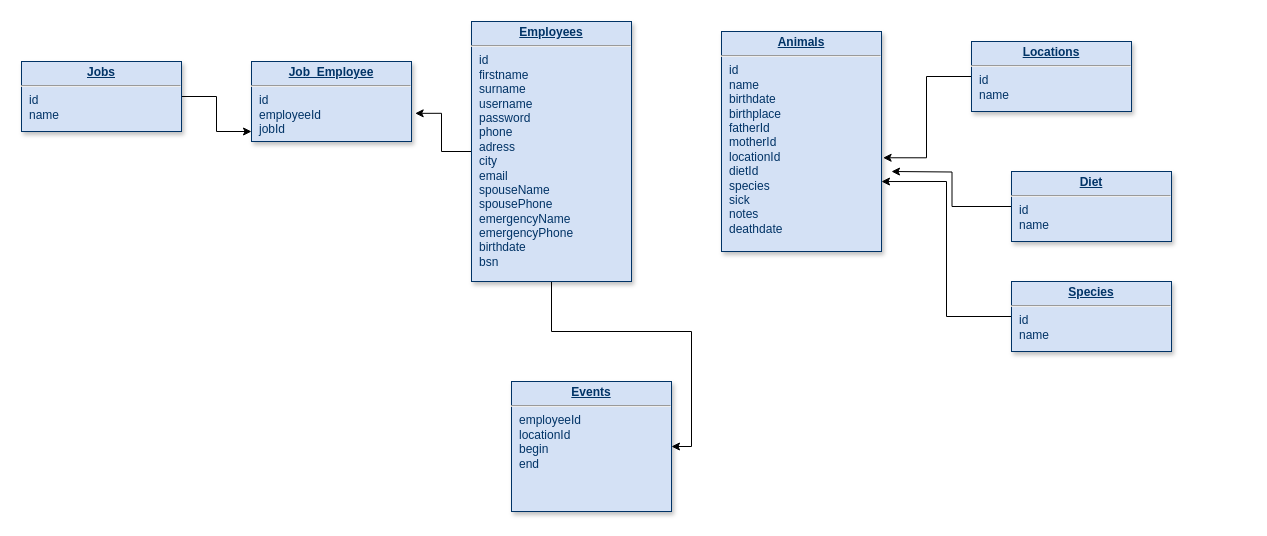
Appohh/zoo-management keeps this draw.io diagram as database-design.drawio. Above is the earlier version. Source tidied: cells renumbered, new cells numbered last; positions are measured from the earlier drawing's top-left corner, leaving out a move shared by most shapes. Both pictures are drawn from the tidied source at 100%, with x=0, y=0 at pixel (21, 21).
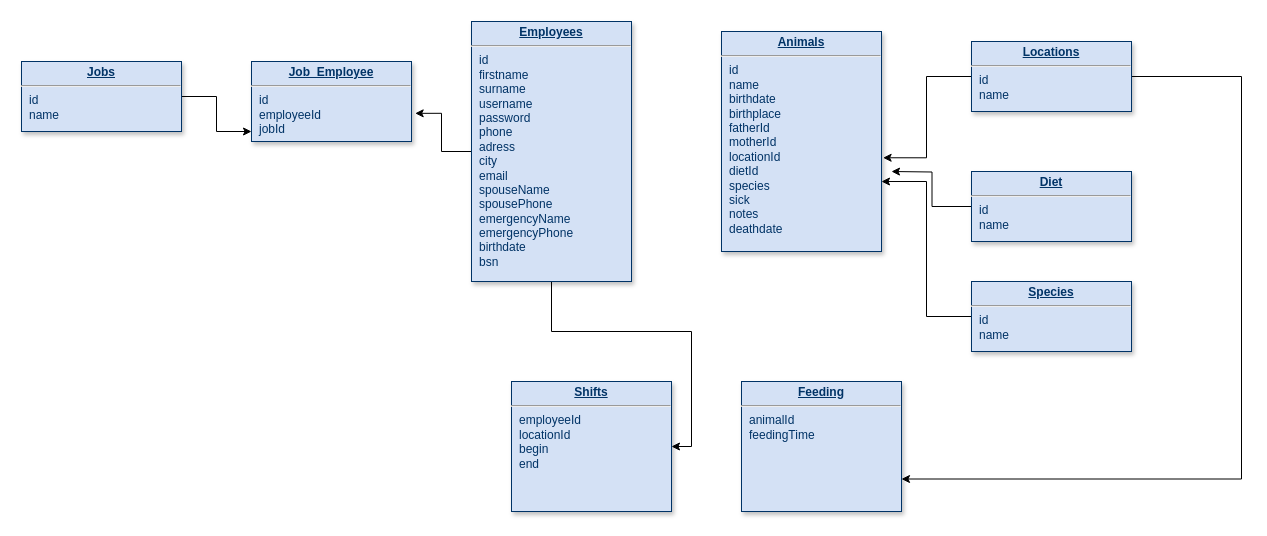
After the change.

The change refers to these unchanged cells:
```xml
<mxCell id="7" value="&lt;p style=&quot;margin: 0px; margin-top: 4px; text-align: center; text-decoration: underline;&quot;&gt;&lt;strong&gt;Locations&lt;/strong&gt;&lt;/p&gt;&lt;hr&gt;&lt;p style=&quot;margin: 0px; margin-left: 8px;&quot;&gt;id&lt;/p&gt;&lt;p style=&quot;margin: 0px; margin-left: 8px;&quot;&gt;name&lt;/p&gt;" style="verticalAlign=top;align=left;overflow=fill;fontSize=12;fontFamily=Helvetica;html=1;strokeColor=#003366;shadow=1;fillColor=#D4E1F5;fontColor=#003366;" parent="1" vertex="1">
  <mxGeometry x="950" y="20" width="160" height="70" as="geometry" />
</mxCell>
```

Diff of the diagram source:
```diff
@@
+    <mxCell id="16" style="edgeStyle=orthogonalEdgeStyle;rounded=0;jettySize=auto;html=1;entryX=1;entryY=0.75;entryDx=0;entryDy=0;" parent="1" edge="1" source="7" target="17">
+      <mxGeometry relative="1" as="geometry">
+        <Array as="points">
+          <mxPoint x="1220" y="55" />
+          <mxPoint x="1220" y="458" />
+        </Array>
+      </mxGeometry>
+    </mxCell>
@@
-    <mxCell id="11" value="&lt;p style=&quot;margin: 0px; margin-top: 4px; text-align: center; text-decoration: underline;&quot;&gt;&lt;b&gt;Events&lt;/b&gt;&lt;/p&gt;&lt;hr&gt;&lt;p style=&quot;margin: 0px; margin-left: 8px;&quot;&gt;&lt;span style=&quot;background-color: initial;&quot;&gt;employeeId&lt;/span&gt;&lt;br&gt;&lt;/p&gt;&lt;p style=&quot;margin: 0px; margin-left: 8px;&quot;&gt;locationId&lt;/p&gt;&lt;p style=&quot;margin: 0px; margin-left: 8px;&quot;&gt;begin&lt;/p&gt;&lt;p style=&quot;margin: 0px; margin-left: 8px;&quot;&gt;end&lt;/p&gt;" style="verticalAlign=top;align=left;overflow=fill;fontSize=12;fontFamily=Helvetica;html=1;strokeColor=#003366;shadow=1;fillColor=#D4E1F5;fontColor=#003366;" parent="1" vertex="1">
+    <mxCell id="11" value="&lt;p style=&quot;margin: 0px; margin-top: 4px; text-align: center; text-decoration: underline;&quot;&gt;&lt;b&gt;Shifts&lt;/b&gt;&lt;/p&gt;&lt;hr&gt;&lt;p style=&quot;margin: 0px; margin-left: 8px;&quot;&gt;&lt;span style=&quot;background-color: initial;&quot;&gt;employeeId&lt;/span&gt;&lt;br&gt;&lt;/p&gt;&lt;p style=&quot;margin: 0px; margin-left: 8px;&quot;&gt;locationId&lt;/p&gt;&lt;p style=&quot;margin: 0px; margin-left: 8px;&quot;&gt;begin&lt;/p&gt;&lt;p style=&quot;margin: 0px; margin-left: 8px;&quot;&gt;end&lt;/p&gt;" style="verticalAlign=top;align=left;overflow=fill;fontSize=12;fontFamily=Helvetica;html=1;strokeColor=#003366;shadow=1;fillColor=#D4E1F5;fontColor=#003366;" parent="1" vertex="1">
       <mxGeometry x="490" y="360" width="160" height="130" as="geometry" />
     </mxCell>
@@
     <mxCell id="13" value="&lt;p style=&quot;margin: 0px; margin-top: 4px; text-align: center; text-decoration: underline;&quot;&gt;&lt;strong&gt;Diet&lt;/strong&gt;&lt;/p&gt;&lt;hr&gt;&lt;p style=&quot;margin: 0px; margin-left: 8px;&quot;&gt;id&lt;/p&gt;&lt;p style=&quot;margin: 0px; margin-left: 8px;&quot;&gt;name&lt;/p&gt;" style="verticalAlign=top;align=left;overflow=fill;fontSize=12;fontFamily=Helvetica;html=1;strokeColor=#003366;shadow=1;fillColor=#D4E1F5;fontColor=#003366;" parent="1" vertex="1">
-      <mxGeometry x="990" y="150" width="160" height="70" as="geometry" />
+      <mxGeometry x="950" y="150" width="160" height="70" as="geometry" />
     </mxCell>
@@
     <mxCell id="15" value="&lt;p style=&quot;margin: 0px; margin-top: 4px; text-align: center; text-decoration: underline;&quot;&gt;&lt;strong&gt;Species&lt;/strong&gt;&lt;/p&gt;&lt;hr&gt;&lt;p style=&quot;margin: 0px; margin-left: 8px;&quot;&gt;id&lt;/p&gt;&lt;p style=&quot;margin: 0px; margin-left: 8px;&quot;&gt;name&lt;/p&gt;" style="verticalAlign=top;align=left;overflow=fill;fontSize=12;fontFamily=Helvetica;html=1;strokeColor=#003366;shadow=1;fillColor=#D4E1F5;fontColor=#003366;" parent="1" vertex="1">
-      <mxGeometry x="990" y="260" width="160" height="70" as="geometry" />
+      <mxGeometry x="950" y="260" width="160" height="70" as="geometry" />
     </mxCell>
+    <mxCell id="17" value="&lt;p style=&quot;margin: 0px; margin-top: 4px; text-align: center; text-decoration: underline;&quot;&gt;&lt;b&gt;Feeding&lt;/b&gt;&lt;/p&gt;&lt;hr&gt;&lt;p style=&quot;margin: 0px; margin-left: 8px;&quot;&gt;&lt;span style=&quot;background-color: initial;&quot;&gt;animalId&lt;/span&gt;&lt;/p&gt;&lt;p style=&quot;margin: 0px; margin-left: 8px;&quot;&gt;feedingTime&lt;/p&gt;" style="verticalAlign=top;align=left;overflow=fill;fontSize=12;fontFamily=Helvetica;html=1;strokeColor=#003366;shadow=1;fillColor=#D4E1F5;fontColor=#003366;" parent="1" vertex="1">
+      <mxGeometry x="720" y="360" width="160" height="130" as="geometry" />
+    </mxCell>
```
